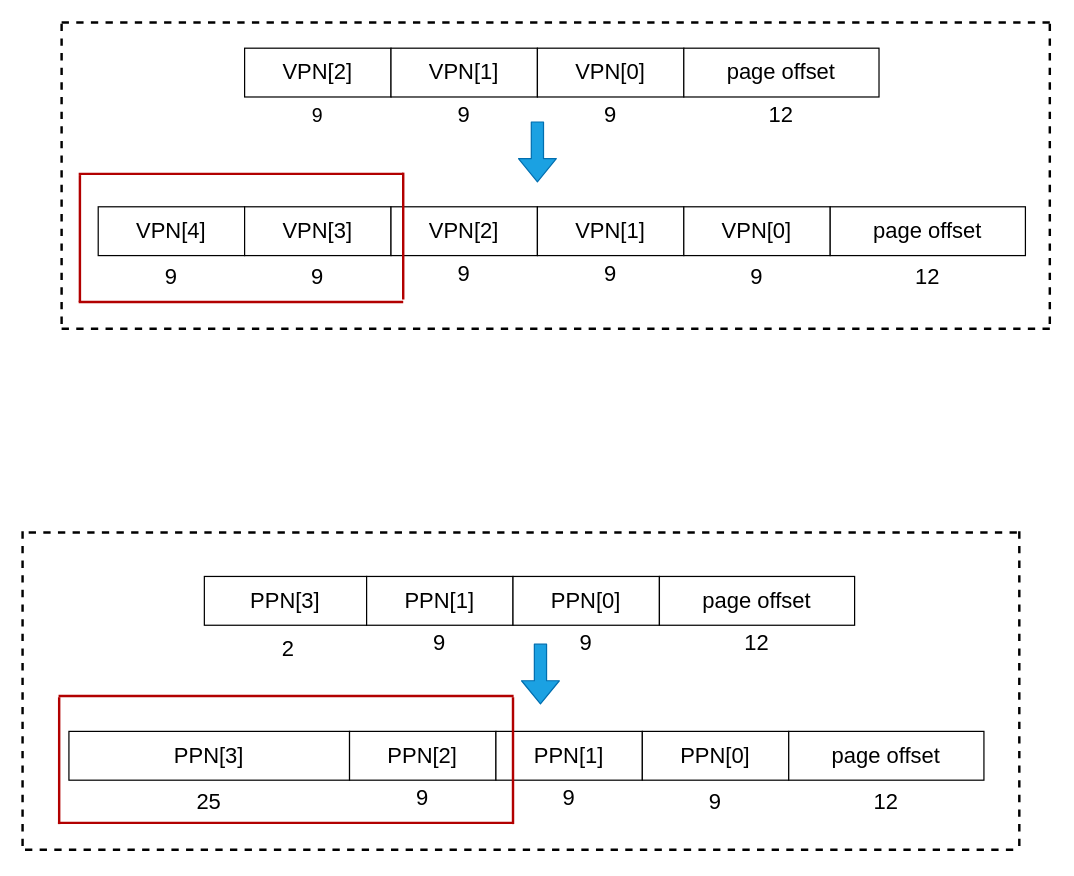
The draw.io diagram address.drawio in Ziyue-Zhang/virt-mem-drawing, before the edit. Source tidied: cells renumbered, new cells numbered last; positions are measured from the earlier drawing's top-left corner, leaving out a move shared by most shapes. Both pictures are drawn from the tidied source at 122%, with x=0, y=0 at pixel (22, 22).
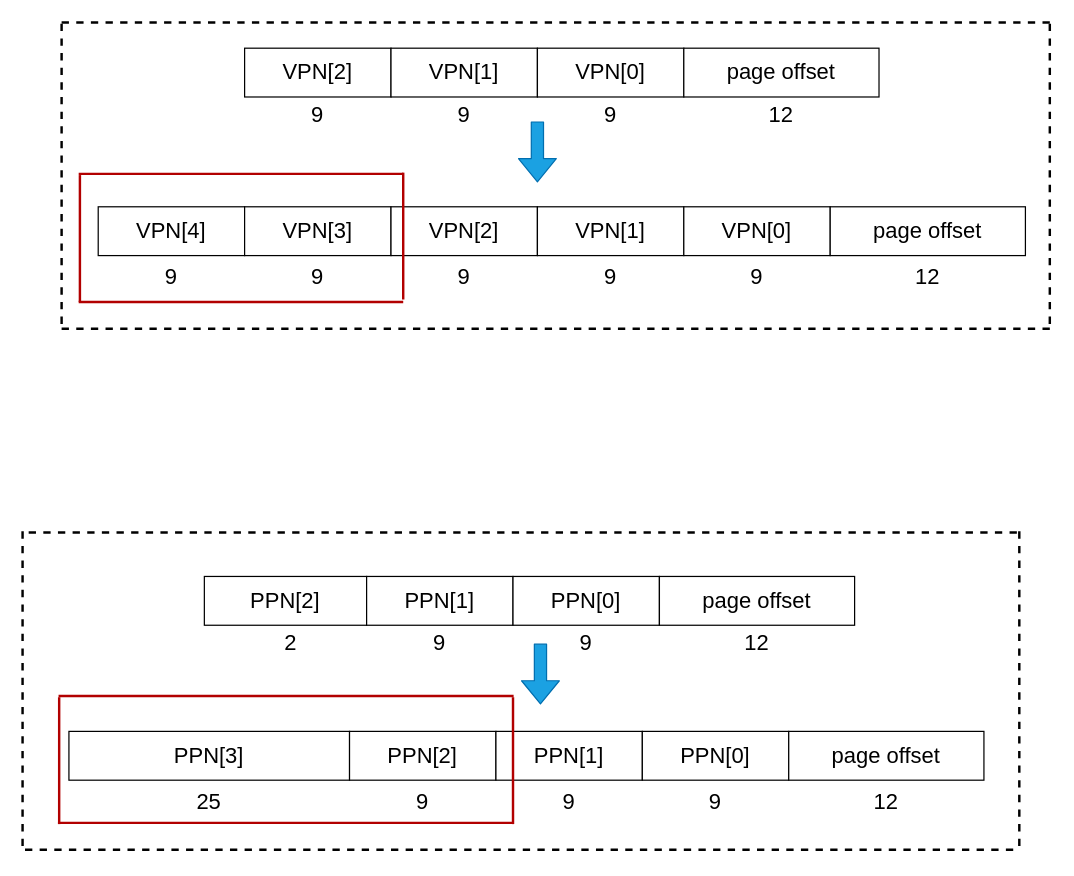
The same page after the edit.

Change to the diagram source:
```diff
@@
-    <mxCell id="13" value="&lt;font style=&quot;font-size: 16px&quot;&gt;9&lt;/font&gt;" style="text;html=1;strokeColor=none;fillColor=none;align=center;verticalAlign=middle;whiteSpace=wrap;rounded=0;opacity=40;" parent="1" vertex="1">
+    <mxCell id="13" value="&lt;font style=&quot;font-size: 18px&quot;&gt;9&lt;/font&gt;" style="text;html=1;strokeColor=none;fillColor=none;align=center;verticalAlign=middle;whiteSpace=wrap;rounded=0;opacity=40;" parent="1" vertex="1">
       <mxGeometry x="222" y="66" width="40" height="20" as="geometry" />
     </mxCell>
@@
     <mxCell id="17" value="&lt;font style=&quot;font-size: 18px&quot;&gt;9&lt;/font&gt;" style="text;html=1;strokeColor=none;fillColor=none;align=center;verticalAlign=middle;whiteSpace=wrap;rounded=0;opacity=40;" parent="1" vertex="1">
-      <mxGeometry x="342" y="196" width="40" height="20" as="geometry" />
+      <mxGeometry x="342" y="199" width="40" height="20" as="geometry" />
     </mxCell>
     <mxCell id="18" value="&lt;font style=&quot;font-size: 18px&quot;&gt;9&lt;/font&gt;" style="text;html=1;strokeColor=none;fillColor=none;align=center;verticalAlign=middle;whiteSpace=wrap;rounded=0;opacity=40;" parent="1" vertex="1">
-      <mxGeometry x="462" y="196" width="40" height="20" as="geometry" />
+      <mxGeometry x="462" y="199" width="40" height="20" as="geometry" />
     </mxCell>
@@
-    <mxCell id="23" value="&lt;span&gt;&lt;font style=&quot;font-size: 18px&quot;&gt;PPN[3]&lt;/font&gt;&lt;/span&gt;" style="rounded=0;whiteSpace=wrap;html=1;" parent="1" vertex="1">
+    <mxCell id="23" value="&lt;span&gt;&lt;font style=&quot;font-size: 18px&quot;&gt;PPN[2]&lt;/font&gt;&lt;/span&gt;" style="rounded=0;whiteSpace=wrap;html=1;" parent="1" vertex="1">
       <mxGeometry x="149" y="454" width="133" height="40" as="geometry" />
     </mxCell>
@@
     <mxCell id="33" value="&lt;font style=&quot;font-size: 18px&quot;&gt;2&lt;/font&gt;" style="text;html=1;strokeColor=none;fillColor=none;align=center;verticalAlign=middle;whiteSpace=wrap;rounded=0;opacity=40;" parent="1" vertex="1">
-      <mxGeometry x="198" y="504" width="40" height="20" as="geometry" />
+      <mxGeometry x="200" y="499" width="40" height="20" as="geometry" />
     </mxCell>
@@
     <mxCell id="36" value="&lt;font style=&quot;font-size: 18px&quot;&gt;9&lt;/font&gt;" style="text;html=1;strokeColor=none;fillColor=none;align=center;verticalAlign=middle;whiteSpace=wrap;rounded=0;opacity=40;" parent="1" vertex="1">
-      <mxGeometry x="308" y="626" width="40" height="20" as="geometry" />
+      <mxGeometry x="308" y="629" width="40" height="20" as="geometry" />
     </mxCell>
     <mxCell id="37" value="&lt;font style=&quot;font-size: 18px&quot;&gt;9&lt;/font&gt;" style="text;html=1;strokeColor=none;fillColor=none;align=center;verticalAlign=middle;whiteSpace=wrap;rounded=0;opacity=40;" parent="1" vertex="1">
-      <mxGeometry x="428" y="626" width="40" height="20" as="geometry" />
+      <mxGeometry x="428" y="629" width="40" height="20" as="geometry" />
     </mxCell>
```
